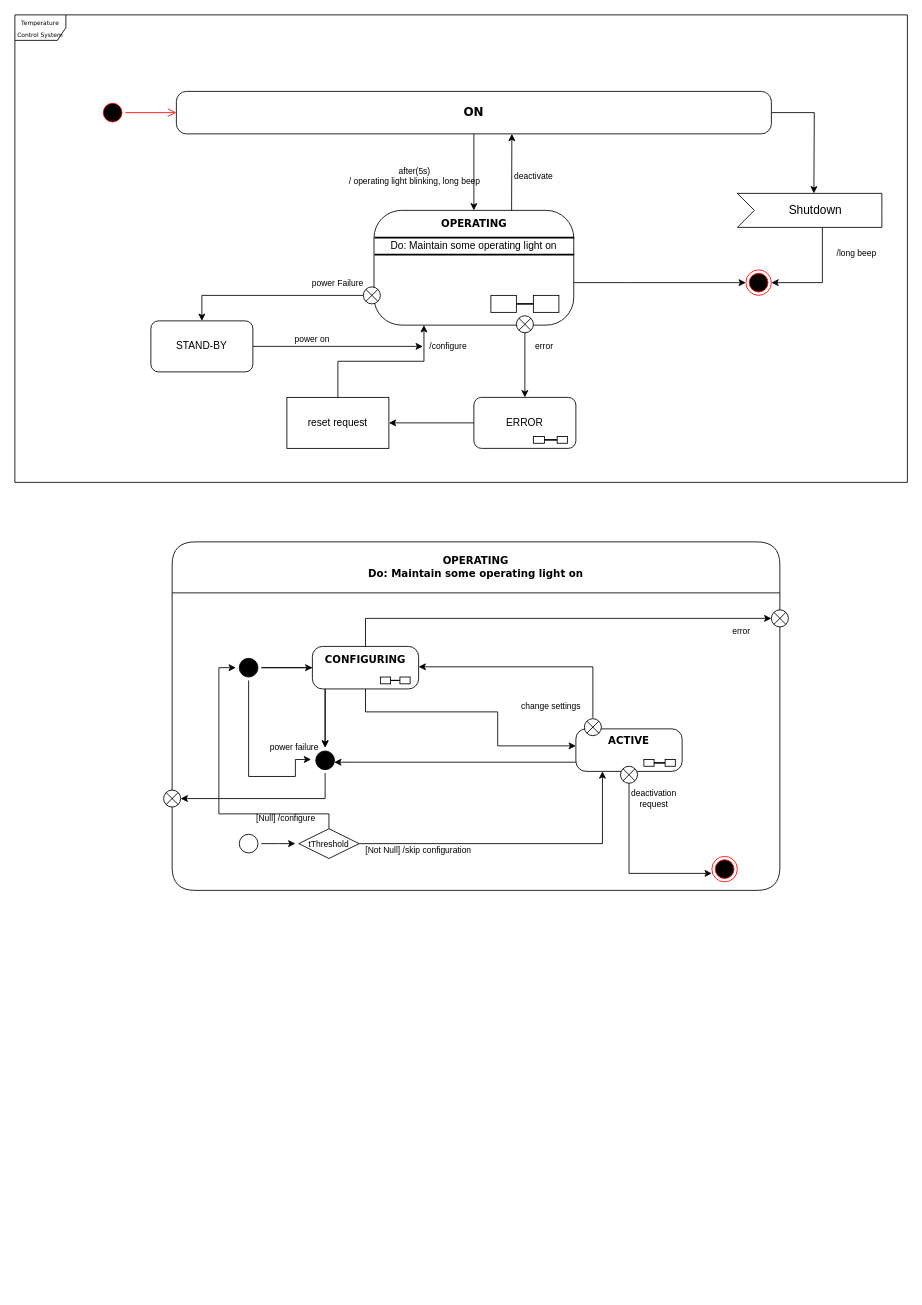
Before: temp_co2_control_system.drawio in OZiad/UML_State_Machine_331, a draw.io diagram. Source tidied: cells renumbered, new cells numbered last; positions are measured from the earlier drawing's top-left corner, leaving out a move shared by most shapes. Both pictures are drawn from the tidied source at 85%, with x=0, y=0 at pixel (14, 14).
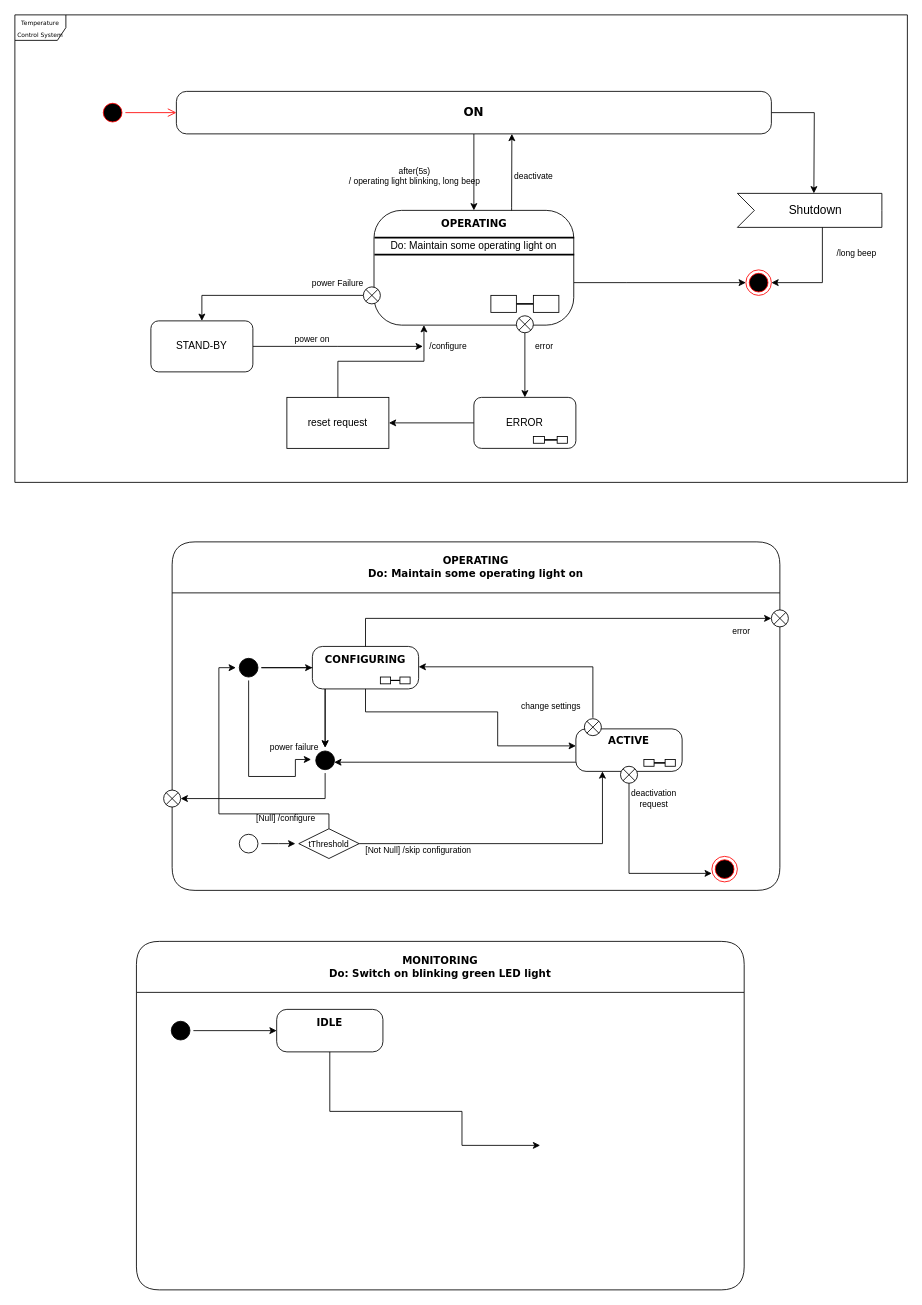
The same page after the edit.

Diff of the diagram source:
```diff
@@
+    <mxCell id="77" value="MONITORING&lt;br&gt;Do: Switch on blinking green LED light" style="swimlane;whiteSpace=wrap;html=1;rounded=1;shadow=0;comic=0;labelBackgroundColor=none;strokeWidth=1;fontFamily=Verdana;fontSize=12;align=center;startSize=60;" parent="1" vertex="1">
+      <mxGeometry x="143" y="1090" width="715" height="410" as="geometry" />
+    </mxCell>
+    <mxCell id="78" style="ellipse;html=1;shape=startState;fillColor=#000000;strokeColor=#000000;rounded=1;shadow=0;comic=0;labelBackgroundColor=none;fontFamily=Verdana;fontSize=12;fontColor=#000000;align=center;direction=south;" parent="77" vertex="1">
+      <mxGeometry x="37" y="90" width="30" height="30" as="geometry" />
+    </mxCell>
+    <mxCell id="79" value="&lt;span style=&quot;font-size: 14px;&quot;&gt;&lt;b style=&quot;font-size: 12px;&quot;&gt;IDLE&lt;/b&gt;&lt;/span&gt;" style="rounded=1;whiteSpace=wrap;html=1;arcSize=24;shadow=0;comic=0;labelBackgroundColor=none;fontFamily=Verdana;fontSize=12;align=center;verticalAlign=top;horizontal=1;points=[[0,0,0,0,0],[0,0.25,0,0,0],[0,0.5,0,0,0],[0,0.75,0,0,0],[0,1,0,0,0],[0.25,0,0,0,0],[0.25,1,0,0,0],[0.5,0,0,0,0],[0.5,1,0,0,0],[0.75,0,0,0,0],[0.75,1,0,0,0],[1,0,0,0,0],[1,0.25,0,0,0],[1,0.5,0,0,0],[1,0.75,0,0,0],[1,1,0,0,0]];" parent="77" vertex="1">
+      <mxGeometry x="165" y="80" width="125" height="50" as="geometry" />
+    </mxCell>
+    <mxCell id="80" style="edgeStyle=orthogonalEdgeStyle;rounded=0;jettySize=auto;html=1;entryX=0;entryY=0.5;entryDx=0;entryDy=0;entryPerimeter=0;" parent="77" edge="1" source="78" target="79">
+      <mxGeometry relative="1" as="geometry">
+        <Array as="points">
+          <mxPoint x="165" y="105" />
+        </Array>
+      </mxGeometry>
+    </mxCell>
+    <mxCell id="81" style="edgeStyle=orthogonalEdgeStyle;rounded=0;jettySize=auto;html=1;entryX=0;entryY=0.4;entryDx=0;entryDy=0;entryPerimeter=0;" parent="77" edge="1" source="79">
+      <mxGeometry relative="1" as="geometry">
+        <mxPoint x="475" y="240" as="targetPoint" />
+        <Array as="points">
+          <mxPoint x="228" y="200" />
+          <mxPoint x="383" y="200" />
+          <mxPoint x="383" y="240" />
+        </Array>
+      </mxGeometry>
+    </mxCell>
```
